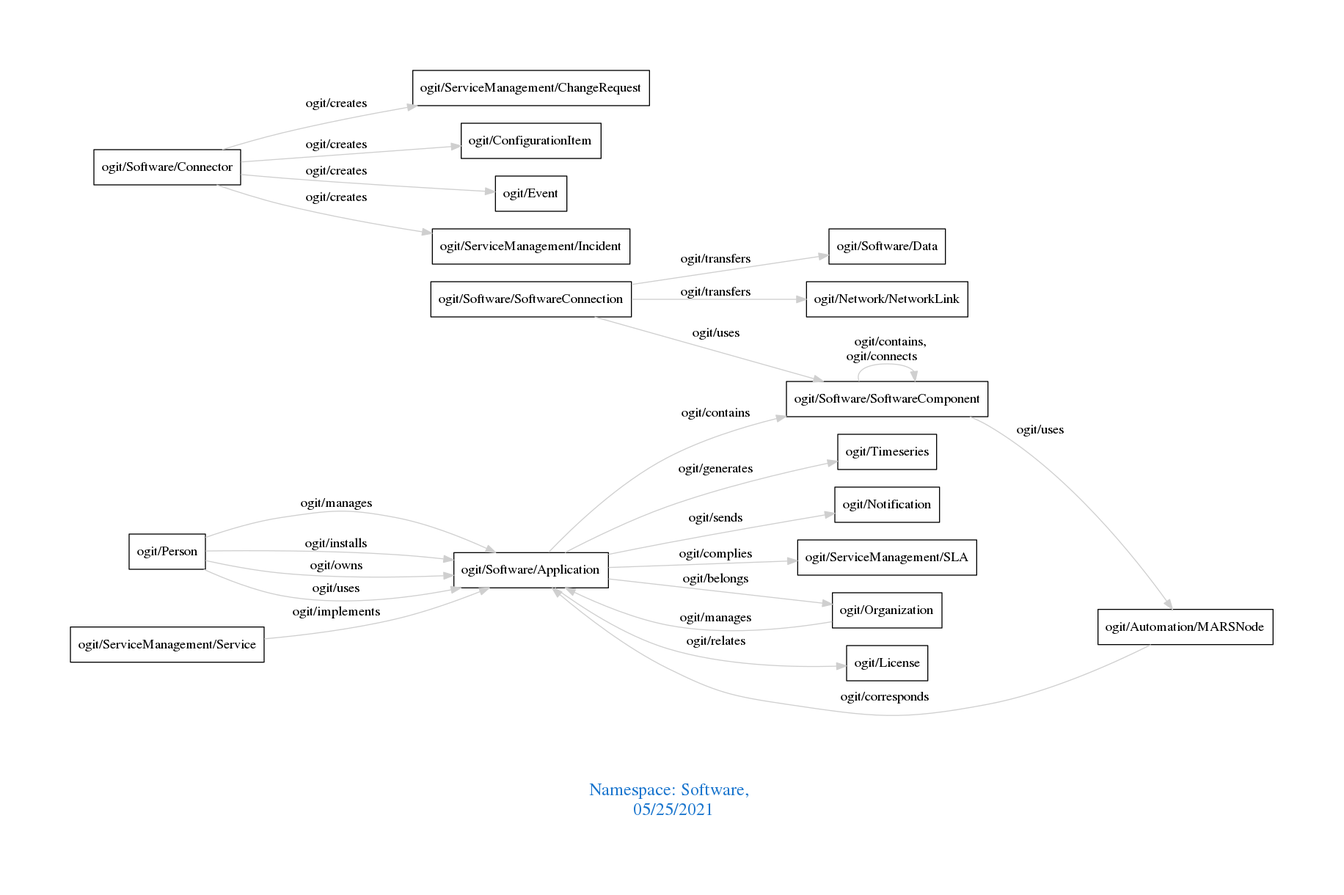
Before: downloads/Software.png, a diagram exported from Graphviz (arago/OGIT). Its source is kept beside it as downloads/Software.dot.
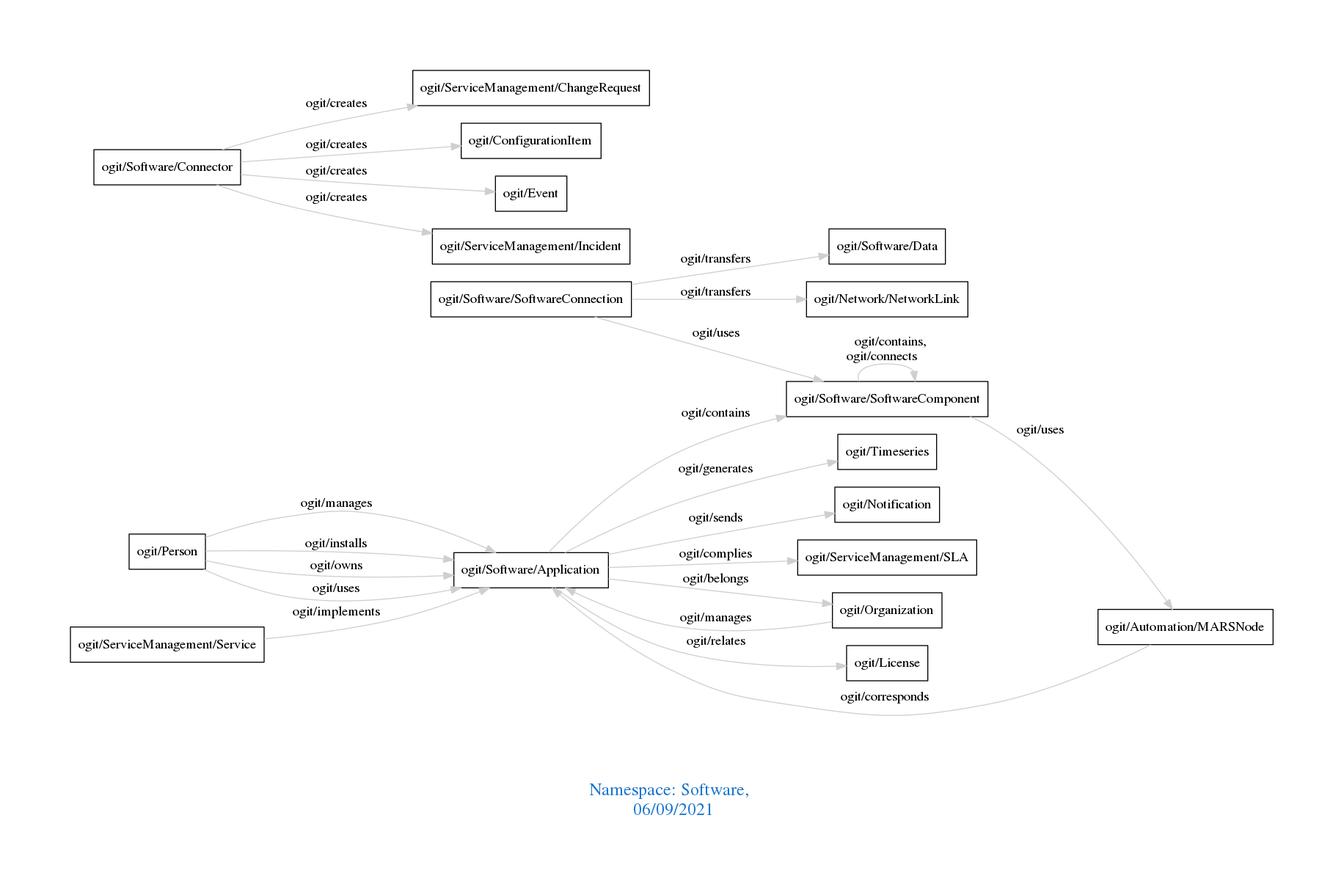
The same diagram one commit later.

What changed in the source:
```diff
@@ -1,7 +1,7 @@
 digraph OGIT_ontology {
  graph [ rankdir= LR,pad=1
 fontsize = 18,
-fontcolor= dodgerblue3,label = "\n\n\nNamespace: Software, \n 05/25/2021"];
+fontcolor= dodgerblue3,label = "\n\n\nNamespace: Software, \n 06/09/2021"];
 node[shape=polygon];
 edge [  color="gray81"];
 
```
